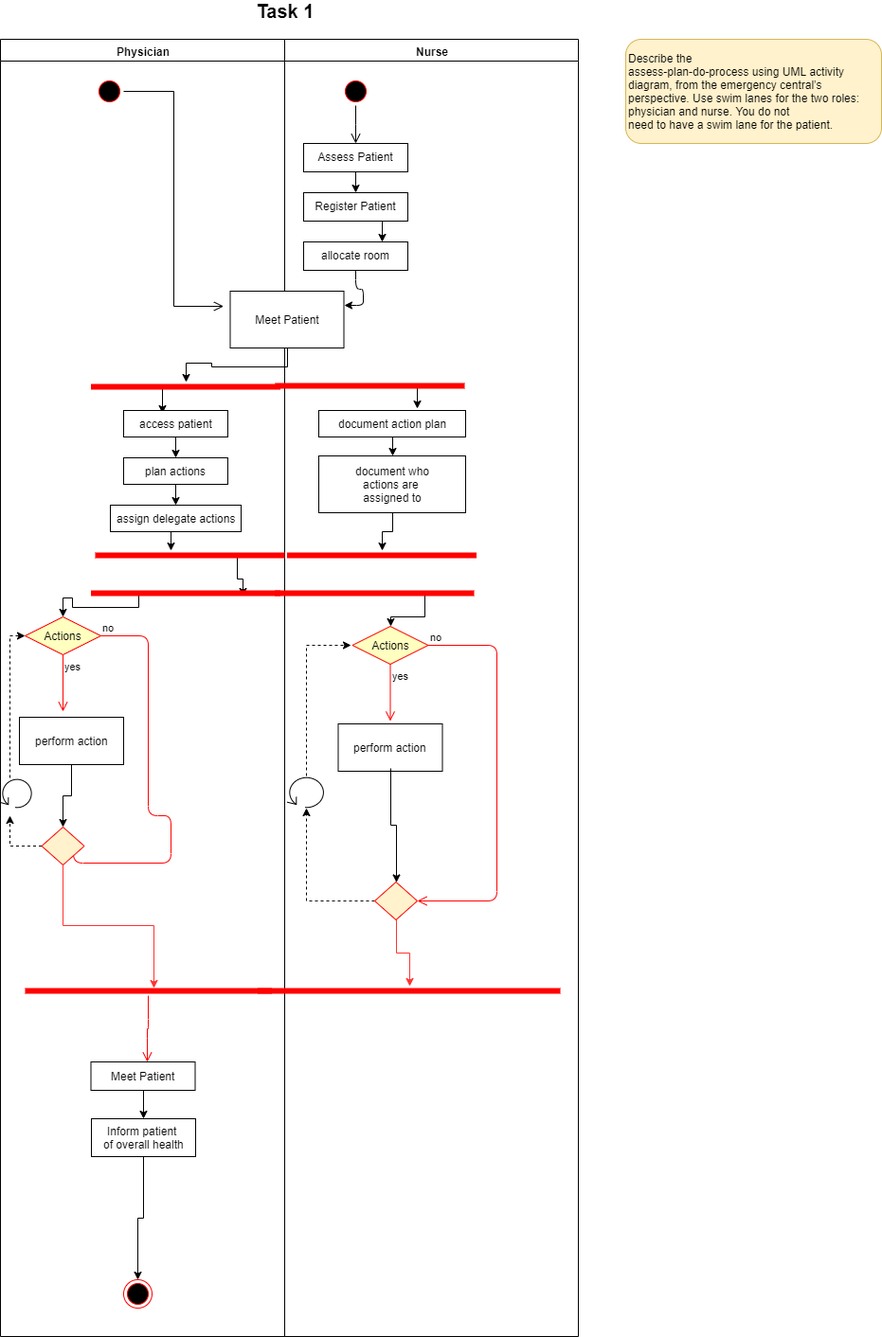
The draw.io diagram m-t-1.png in kestersimm/drawio, before a commit. Source tidied: cells renumbered, new cells last; positions are measured from the earlier drawing's top-left corner, leaving out a move shared by most shapes.
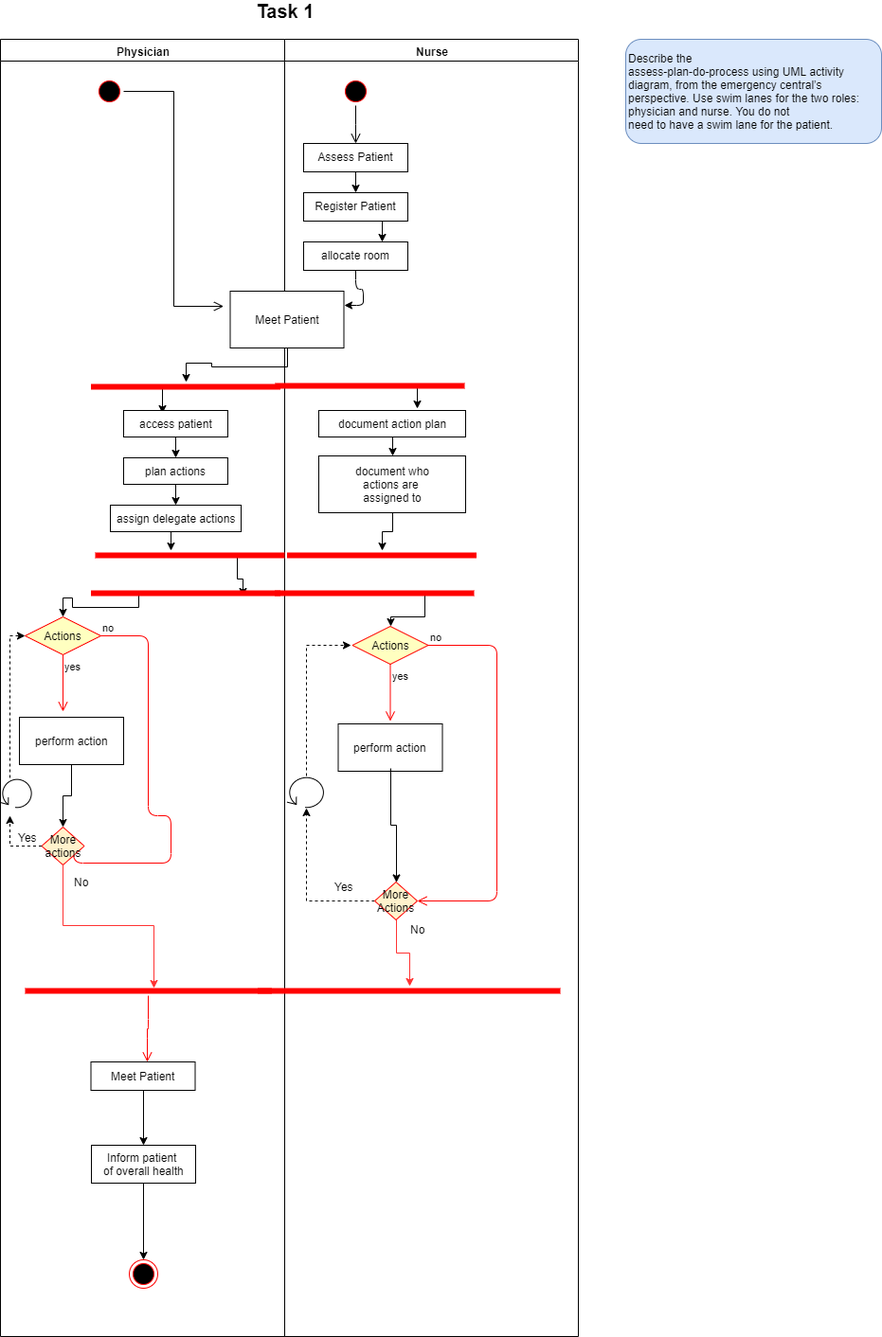
The same diagram one commit later.

What changed in the source:
```diff
@@ -124,7 +124,7 @@
         </Array>
       </mxGeometry>
     </mxCell>
-    <mxCell id="35" style="rhombus;whiteSpace=wrap;html=1;fillColor=#fff2cc;strokeColor=#FF0000;" parent="11" vertex="1">
+    <mxCell id="35" value="More actions" style="rhombus;whiteSpace=wrap;html=1;fillColor=#fff2cc;strokeColor=#FF0000;" parent="11" vertex="1">
       <mxGeometry x="43.5" y="832" width="45" height="40" as="geometry" />
     </mxCell>
     <mxCell id="36" style="shape=line;html=1;strokeWidth=6;strokeColor=#ff0000;" parent="11" vertex="1">
@@ -145,14 +145,17 @@
       <mxGeometry relative="1" as="geometry" />
     </mxCell>
     <mxCell id="41" value="Inform patient &lt;br&gt;of overall health" style="html=1;strokeColor=#000000;" parent="11" vertex="1">
-      <mxGeometry x="96" y="1140" width="110" height="40" as="geometry" />
+      <mxGeometry x="96" y="1168" width="110" height="40" as="geometry" />
     </mxCell>
     <mxCell id="42" style="ellipse;html=1;shape=endState;fillColor=#000000;strokeColor=#ff0000;" parent="11" vertex="1">
-      <mxGeometry x="130" y="1310" width="30" height="30" as="geometry" />
+      <mxGeometry x="136" y="1289" width="30" height="30" as="geometry" />
     </mxCell>
     <mxCell id="43" style="shape=mxgraph.bpmn.loop;html=1;outlineConnect=0;strokeColor=#000000;" parent="11" vertex="1">
       <mxGeometry y="780" width="34" height="32" as="geometry" />
     </mxCell>
+    <mxCell id="67" value="No" style="text;html=1;align=center;verticalAlign=middle;" parent="11" vertex="1">
+      <mxGeometry x="70" y="880" width="30" height="20" as="geometry" />
+    </mxCell>
     <mxCell id="44" style="edgeStyle=orthogonalEdgeStyle;rounded=0;jettySize=auto;html=1;exitX=0.75;exitY=0.5;exitDx=0;exitDy=0;exitPerimeter=0;entryX=0.671;entryY=-0.071;entryDx=0;entryDy=0;entryPerimeter=0;" parent="2" edge="1" source="45" target="47">
       <mxGeometry relative="1" as="geometry" />
     </mxCell>
@@ -210,7 +213,7 @@
     <mxCell id="59" style="edgeStyle=orthogonalEdgeStyle;rounded=0;jettySize=auto;html=1;dashed=1;" parent="2" edge="1" source="60" target="61">
       <mxGeometry relative="1" as="geometry" />
     </mxCell>
-    <mxCell id="60" style="rhombus;whiteSpace=wrap;html=1;fillColor=#fff2cc;strokeColor=#FF0000;" parent="2" vertex="1">
+    <mxCell id="60" value="More Actions" style="rhombus;whiteSpace=wrap;html=1;fillColor=#fff2cc;strokeColor=#FF0000;" parent="2" vertex="1">
       <mxGeometry x="95" y="890" width="45" height="40" as="geometry" />
     </mxCell>
     <mxCell id="61" style="shape=mxgraph.bpmn.loop;html=1;outlineConnect=0;strokeColor=#000000;" parent="2" vertex="1">
@@ -219,6 +222,9 @@
     <mxCell id="62" style="shape=line;html=1;strokeWidth=6;strokeColor=#ff0000;" parent="2" vertex="1">
       <mxGeometry x="-28" y="1000" width="319" height="10" as="geometry" />
     </mxCell>
+    <mxCell id="68" value="No" style="text;html=1;align=center;verticalAlign=middle;" parent="2" vertex="1">
+      <mxGeometry x="125" y="930" width="30" height="20" as="geometry" />
+    </mxCell>
     <mxCell id="63" style="edgeStyle=orthogonalEdgeStyle;rounded=0;jettySize=auto;html=1;dashed=1;" parent="1" edge="1" source="35">
       <mxGeometry relative="1" as="geometry">
         <mxPoint x="10" y="860" as="targetPoint" />
@@ -232,11 +238,17 @@
         </Array>
       </mxGeometry>
     </mxCell>
-    <mxCell id="65" value="&lt;p class=&quot;MsoNormal&quot;&gt;&lt;span lang=&quot;EN-US&quot;&gt;Describe the&lt;br&gt;assess-plan-do-process using UML activity diagram, from the emergency central’s&lt;br&gt;perspective. Use swim lanes for the two roles: physician and nurse. You do not&lt;br&gt;need to have a swim lane for the patient.&lt;/span&gt;&lt;/p&gt;" style="rounded=1;whiteSpace=wrap;html=1;fillColor=#fff2cc;strokeColor=#d6b656;align=left;" parent="1" vertex="1">
+    <mxCell id="65" value="&lt;p class=&quot;MsoNormal&quot;&gt;&lt;span lang=&quot;EN-US&quot;&gt;Describe the&lt;br&gt;assess-plan-do-process using UML activity diagram, from the emergency central’s&lt;br&gt;perspective. Use swim lanes for the two roles: physician and nurse. You do not&lt;br&gt;need to have a swim lane for the patient.&lt;/span&gt;&lt;/p&gt;" style="rounded=1;whiteSpace=wrap;html=1;fillColor=#dae8fc;strokeColor=#6c8ebf;align=left;" parent="1" vertex="1">
       <mxGeometry x="660" y="40" width="270" height="110" as="geometry" />
     </mxCell>
     <mxCell id="66" value="&lt;b&gt;&lt;font style=&quot;font-size: 20px&quot;&gt;Task 1&lt;/font&gt;&lt;/b&gt;" style="text;html=1;strokeColor=none;fillColor=none;align=center;verticalAlign=middle;whiteSpace=wrap;rounded=0;" parent="1" vertex="1">
       <mxGeometry x="205" width="190" height="20" as="geometry" />
     </mxCell>
+    <mxCell id="69" value="Yes" style="text;html=1;align=center;verticalAlign=middle;" parent="1" vertex="1">
+      <mxGeometry x="9" y="873" width="40" height="20" as="geometry" />
+    </mxCell>
+    <mxCell id="70" value="Yes" style="text;html=1;align=center;verticalAlign=middle;" parent="1" vertex="1">
+      <mxGeometry x="343" y="925" width="40" height="20" as="geometry" />
+    </mxCell>
   </root>
 </mxGraphModel>
```
